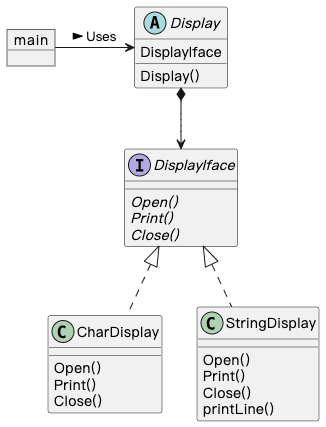
Before: 03_template_method/template_method.png, a diagram exported from PlantUML (A11Might/golang-design-pattern). Its source is kept beside it as 03_template_method/template_method.puml.
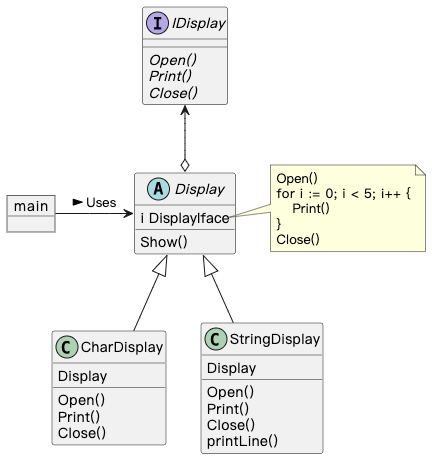
The same file after the commit.

Commit message:
update template method pattern

The edit, as a diff of the source:
```diff
@@ -1,21 +1,30 @@
 @startuml
 
 object main
-interface DisplayIface {
+interface IDisplay {
     {abstract}Open()
 	{abstract}Print()
 	{abstract}Close()
 }
 abstract class Display {
-    DisplayIface
-    Display()
+    i DisplayIface
+    Show()
 }
+note right of Display::i
+    Open()
+    for i := 0; i < 5; i++ {
+        Print()
+    }
+    Close()
+end note
 class CharDisplay {
+    Display
     Open()
 	Print()
 	Close()
 }
 class StringDisplay {
+    Display
     Open()
 	Print()
 	Close()
@@ -23,8 +32,8 @@
 }
 
 main -> Display: Uses >
-Display *--> DisplayIface
-DisplayIface <|.. CharDisplay
-DisplayIface <|.. StringDisplay
+IDisplay <--o Display
+Display <|-- CharDisplay
+Display <|-- StringDisplay
 
 @enduml
```
